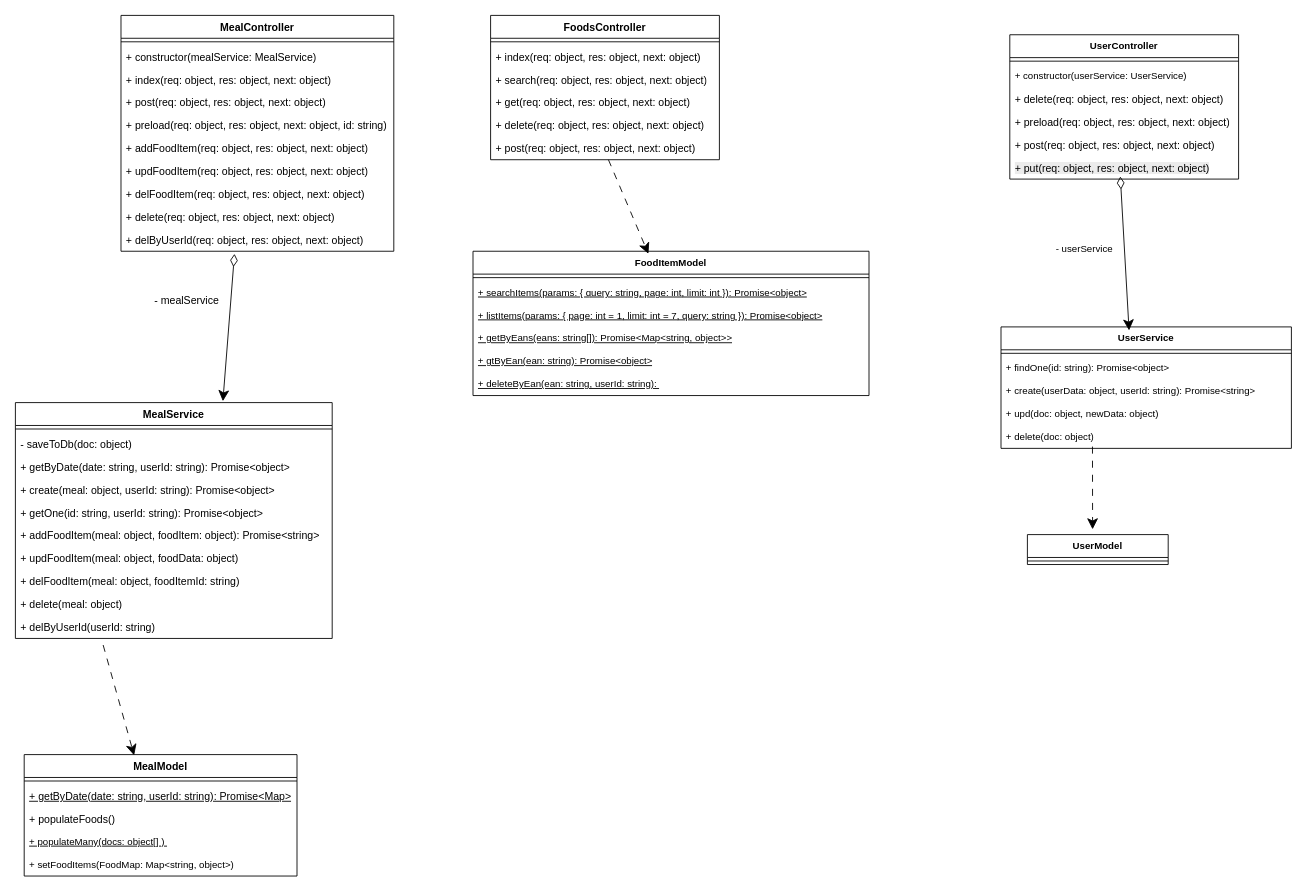
Before: .readme/class_diagram.drawio in JuliaLind/1dv613-data-server, a draw.io diagram. Source tidied: cells renumbered, new cells numbered last; positions are measured from the earlier drawing's top-left corner, leaving out a move shared by most shapes. Both pictures are drawn from the tidied source at 88%, with x=0, y=0 at pixel (15, 15).
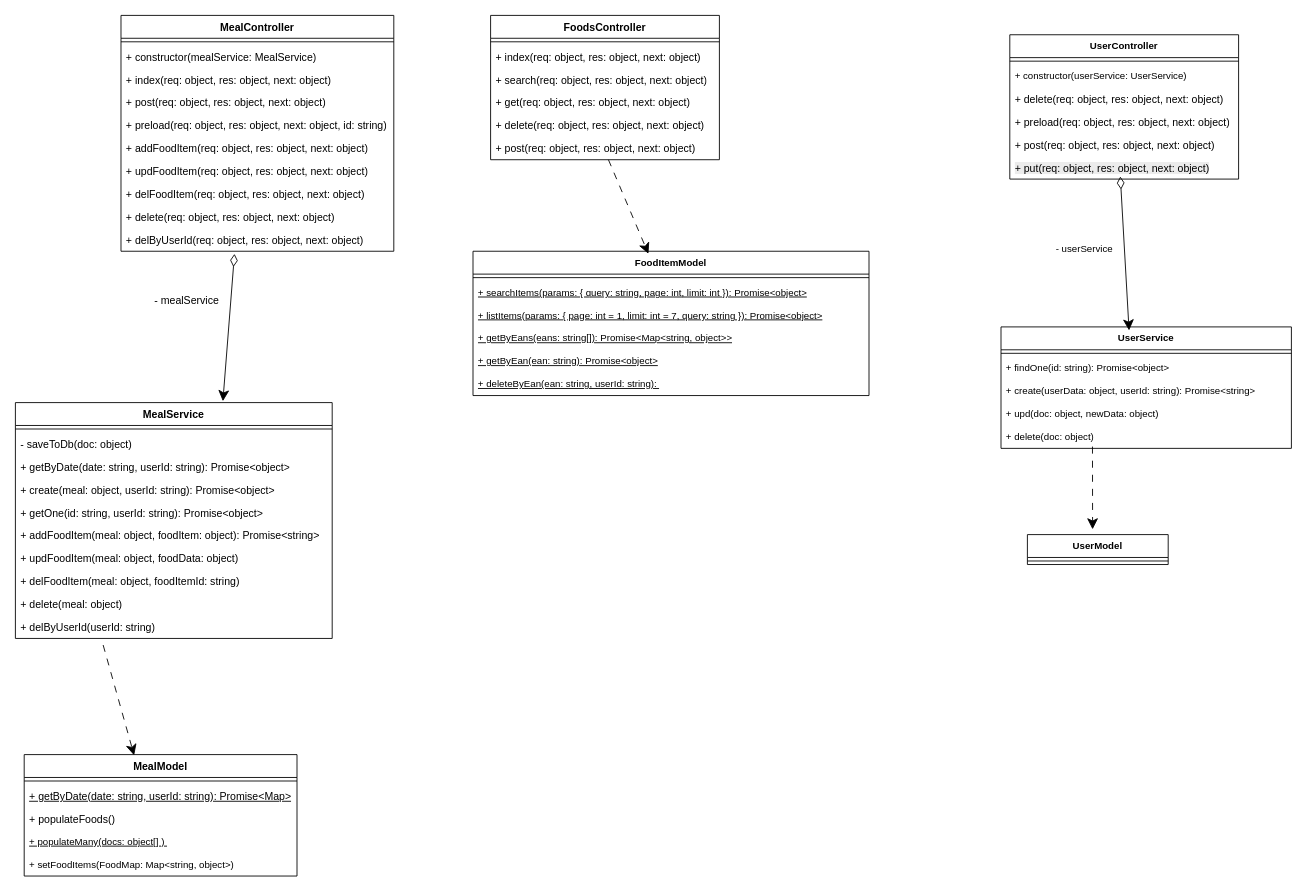
After the change.

Commit message (it also covers changes not shown here):
Save updated diagram in correct repo

Unchanged cells that the change refers to:
```xml
<mxCell id="40" value="FoodItemModel" style="swimlane;fontStyle=1;align=center;verticalAlign=top;horizontal=1;startSize=26;whiteSpace=wrap;html=1;fontFamily=Helvetica;fontSize=11;fontColor=default;labelBackgroundColor=default;" parent="1" vertex="1">
  <mxGeometry x="520" y="268" width="450" height="164" as="geometry" />
</mxCell>
```

Change to the diagram source:
```diff
@@
-    <mxCell id="45" value="&lt;u&gt;+ gtByEan(ean: string): Promise&amp;lt;object&amp;gt;&lt;/u&gt;" style="text;strokeColor=none;fillColor=none;align=left;verticalAlign=top;spacingLeft=4;spacingRight=4;overflow=hidden;whiteSpace=wrap;html=1;fontFamily=Helvetica;fontSize=11;fontColor=default;labelBackgroundColor=default;" parent="40" vertex="1">
+    <mxCell id="45" value="&lt;u&gt;+ getByEan(ean: string): Promise&amp;lt;object&amp;gt;&lt;/u&gt;" style="text;strokeColor=none;fillColor=none;align=left;verticalAlign=top;spacingLeft=4;spacingRight=4;overflow=hidden;whiteSpace=wrap;html=1;fontFamily=Helvetica;fontSize=11;fontColor=default;labelBackgroundColor=default;" parent="40" vertex="1">
       <mxGeometry y="112" width="450" height="26" as="geometry" />
     </mxCell>
```
